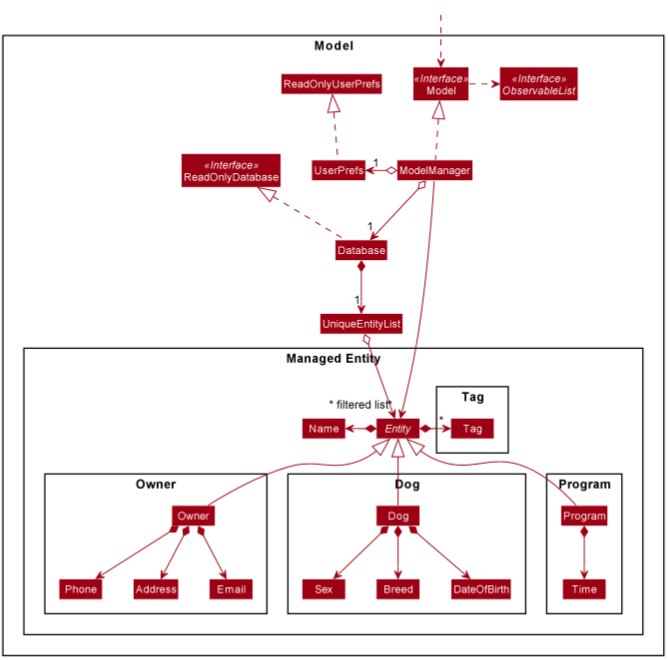
nus-cs2103-AY2021S2/tp keeps this PlantUML diagram as docs/images/ModelClassDiagram.png. Above is the earlier version. Its source is kept beside it as docs/diagrams/ModelClassDiagram.puml.
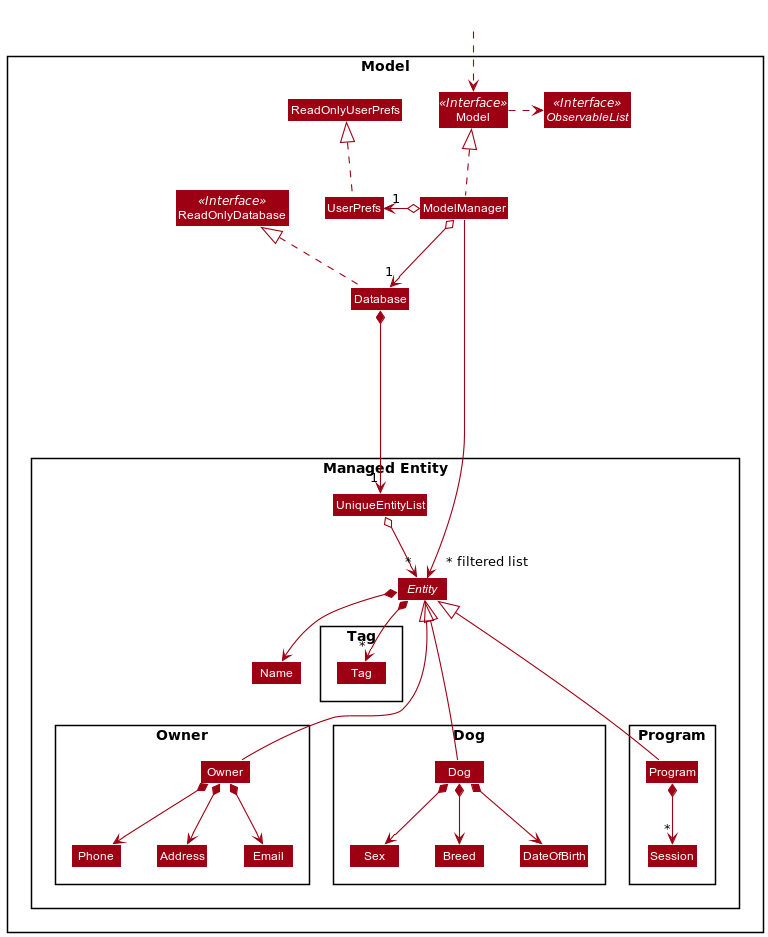
Later version of the same file.

Commit message:
DG: Rearrange and update model class diagram

What changed in the source:
```diff
@@ -14,11 +14,12 @@
 Class ModelManager
 Class UserPrefs
 Class ReadOnlyUserPrefs
-Class UniqueEntityList
 
 Package "Managed Entity" {
+Class UniqueEntityList
 abstract Class Entity
 Class Name
+
 
 Package Owner {
 Class Owner
@@ -36,12 +37,13 @@
 
 Package Program {
 Class Program
-Class Time
+Class Session
 }
 
 Package Tag {
 Class Tag
 }
+
 }
 }
 
@@ -56,14 +58,14 @@
 ModelManager o-left-> "1" UserPrefs
 UserPrefs .up.|> ReadOnlyUserPrefs
 
-Database *--> "1" UniqueEntityList
+Database *-> "1" UniqueEntityList
 UniqueEntityList o--> "*" Entity
-Entity ^-- Owner
-Entity ^-- Dog
-Entity ^-- Program
+Entity ^--- Program
+Entity ^--- Owner
+Entity ^--- Dog
 
-Entity *-left-> Name
-Entity *-> "*" Tag
+Entity *-> Name
+Entity *--> "*" Tag
 
 Owner *--> Phone
 Owner *--> Email
@@ -73,13 +75,14 @@
 Dog *--> DateOfBirth
 Dog *--> Sex
 
-Program *--> Time
+Program *--> "*" Session
 
+Tag -[hidden]right-> Name
 Phone -[hidden]right-> Address
 Address -[hidden]right-> Email
 
 Sex -[hidden]right-> Breed
 Breed -[hidden]right-> DateOfBirth
 
-ModelManager --->" ~* filtered list" Entity
+ModelManager ------>"~* filtered list" Entity
 @enduml
```
